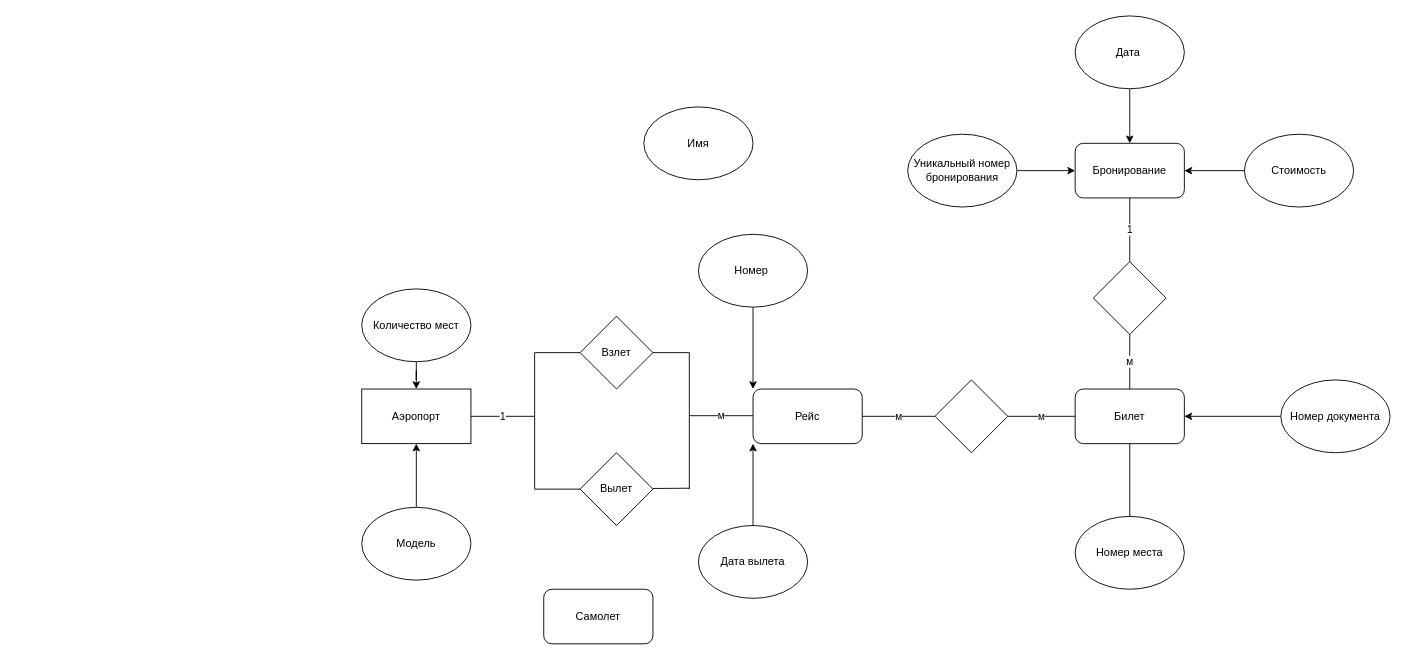
Earlier version of the draw.io diagram Диаграмма без названия.drawio (frorepelitta/1-cour). Source tidied: cells renumbered, new cells numbered last; positions are measured from the earlier drawing's top-left corner, leaving out a move shared by most shapes. Both pictures are drawn from the tidied source at 91%, with x=0, y=0 at pixel (361, 15).
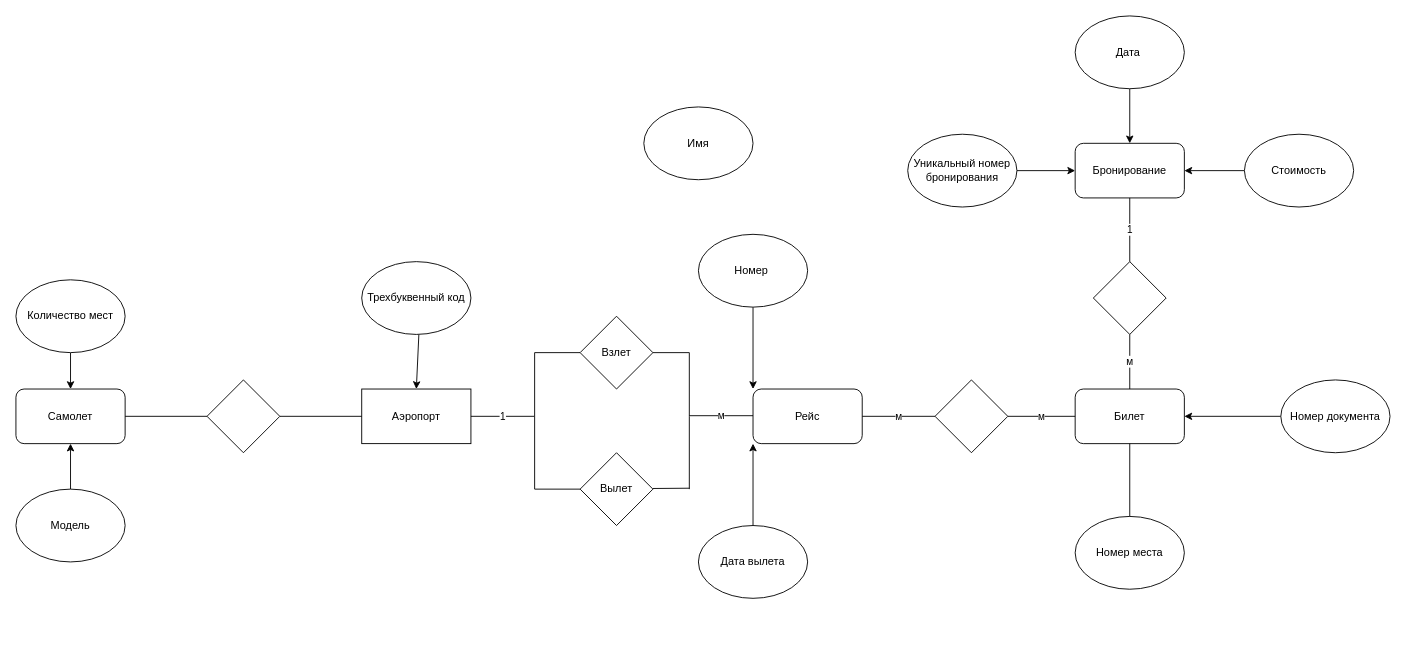
The same diagram, later.

Unchanged cells that the change refers to:
```xml
<mxCell id="18" value="Аэропорт" style="rounded=0;whiteSpace=wrap;html=1;" parent="1" vertex="1">
  <mxGeometry y="410" width="120" height="60" as="geometry" />
</mxCell>
```

The edit, as a diff of the source:
```diff
@@
-    <mxCell id="19" style="edgeStyle=orthogonalEdgeStyle;rounded=0;jettySize=auto;html=1;" parent="1" edge="1" source="20" target="18">
+    <mxCell id="19" style="edgeStyle=orthogonalEdgeStyle;rounded=0;jettySize=auto;html=1;entryX=0.5;entryY=0;entryDx=0;entryDy=0;" parent="1" edge="1" source="20" target="43">
       <mxGeometry relative="1" as="geometry" />
     </mxCell>
     <mxCell id="20" value="Количество мест" style="ellipse;whiteSpace=wrap;html=1;" parent="1" vertex="1">
-      <mxGeometry y="300" width="120" height="80" as="geometry" />
+      <mxGeometry x="-380" y="290" width="120" height="80" as="geometry" />
     </mxCell>
@@
-    <mxCell id="39" style="edgeStyle=none;rounded=0;jettySize=auto;html=1;entryX=0.5;entryY=1;entryDx=0;entryDy=0;" parent="1" edge="1" source="40" target="18">
+    <mxCell id="39" style="edgeStyle=none;rounded=0;jettySize=auto;html=1;entryX=0.5;entryY=1;entryDx=0;entryDy=0;" parent="1" edge="1" source="40" target="43">
       <mxGeometry relative="1" as="geometry" />
     </mxCell>
     <mxCell id="40" value="Модель" style="ellipse;whiteSpace=wrap;html=1;" parent="1" vertex="1">
-      <mxGeometry y="540" width="120" height="80" as="geometry" />
+      <mxGeometry x="-380" y="520" width="120" height="80" as="geometry" />
     </mxCell>
@@
     <mxCell id="43" value="Самолет" style="rounded=1;whiteSpace=wrap;html=1;" parent="1" vertex="1">
-      <mxGeometry x="200" y="630" width="120" height="60" as="geometry" />
+      <mxGeometry x="-380" y="410" width="120" height="60" as="geometry" />
     </mxCell>
+    <mxCell id="44" style="edgeStyle=none;rounded=0;jettySize=auto;html=1;entryX=0.5;entryY=0;entryDx=0;entryDy=0;" parent="1" edge="1" source="45" target="18">
+      <mxGeometry relative="1" as="geometry" />
+    </mxCell>
+    <mxCell id="45" value="Трехбуквенный код" style="ellipse;whiteSpace=wrap;html=1;" parent="1" vertex="1">
+      <mxGeometry y="270" width="120" height="80" as="geometry" />
+    </mxCell>
+    <mxCell id="46" style="rhombus;whiteSpace=wrap;html=1;" parent="1" vertex="1">
+      <mxGeometry x="-170" y="400" width="80" height="80" as="geometry" />
+    </mxCell>
+    <mxCell id="47" style="endArrow=none;html=1;rounded=0;entryX=0;entryY=0.5;entryDx=0;entryDy=0;exitX=1;exitY=0.5;exitDx=0;exitDy=0;" parent="1" edge="1" source="43" target="46">
+      <mxGeometry relative="1" as="geometry" />
+    </mxCell>
+    <mxCell id="48" style="endArrow=none;html=1;rounded=0;entryX=0;entryY=0.5;entryDx=0;entryDy=0;exitX=1;exitY=0.5;exitDx=0;exitDy=0;" parent="1" edge="1" source="46" target="18">
+      <mxGeometry relative="1" as="geometry" />
+    </mxCell>
```
